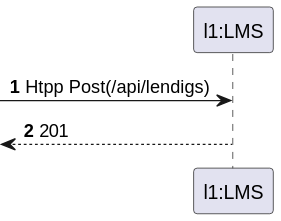
This is docs/architecture/Vista_Processo/VPN1.svg from 1200908/Auto-Generated-Blog, a PlantUML export, as it was before one commit.
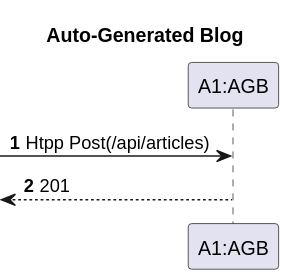
Later version of the same file.

What changed in the source:
```diff
@@ -2,9 +2,11 @@
 
 autonumber
 
-participant "l1:LMS" as LMS
+title " Auto-Generated Blog"
+
+participant "A1:AGB" as AGB
 
 
- -> LMS : Htpp Post(/api/lendigs)
-  <-- LMS : 201
+ -> AGB : Htpp Post(/api/articles)
+  <-- AGB : 201
 @enduml
```
